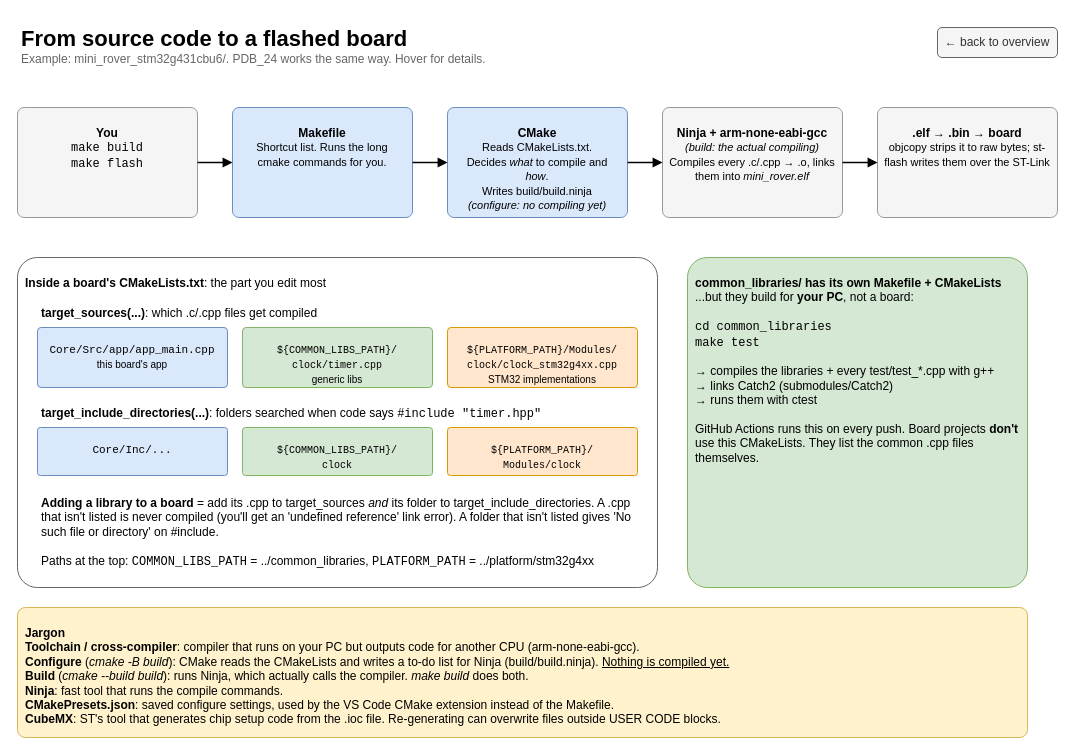
Earlier version of the draw.io diagram page "2. Build: Makefile → CMake → firmware" (2 of 4) of docs/architecture.drawio (UBC-Snowbots/FirmFlake). Source tidied: cells renumbered, new cells numbered last; positions are measured from the earlier drawing's top-left corner, leaving out a move shared by most shapes. Both pictures are drawn from the tidied source at 100%, with x=0, y=0 at pixel (17, 17).
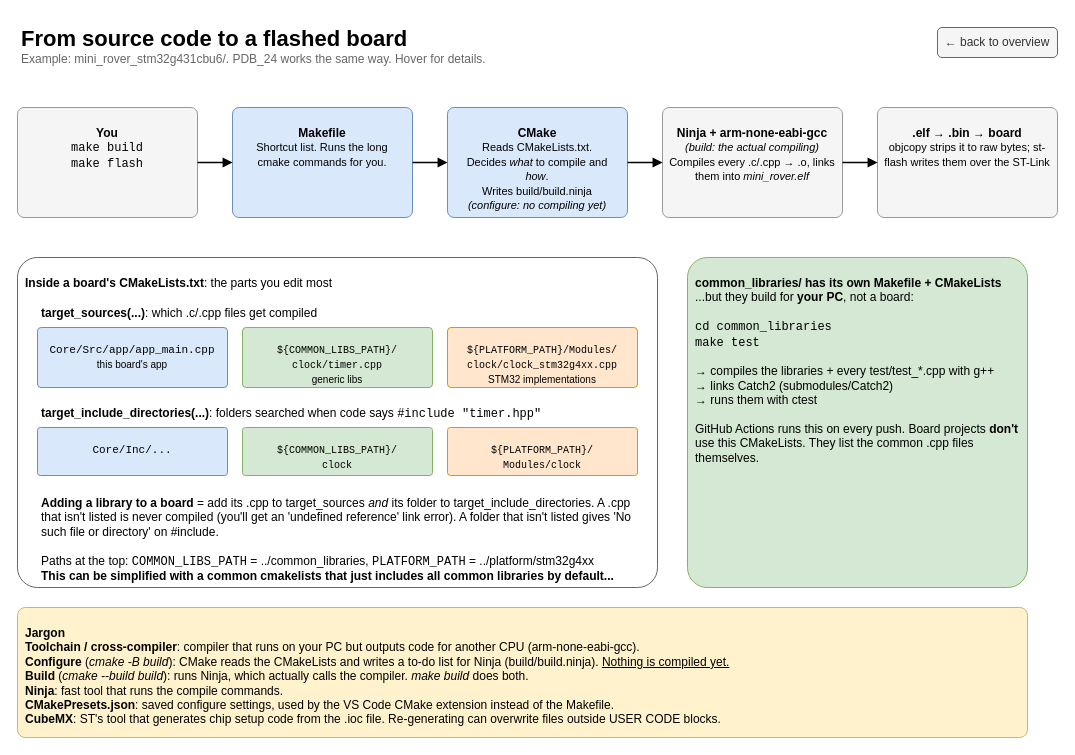
The same page after the edit.

What changed in the source:
```diff
@@
-    <mxCell id="13" value="&lt;b&gt;Inside a board's CMakeLists.txt&lt;/b&gt;: the part you edit most" style="rounded=1;whiteSpace=wrap;html=1;arcSize=6;fillColor=#ffffff;strokeColor=#666666;verticalAlign=top;spacingTop=6;spacing=8;align=left;" parent="1" vertex="1">
+    <mxCell id="13" value="&lt;b&gt;Inside a board's CMakeLists.txt&lt;/b&gt;: the parts you edit most&lt;div&gt;&lt;br/&gt;&lt;/div&gt;" style="rounded=1;whiteSpace=wrap;html=1;arcSize=6;fillColor=#ffffff;strokeColor=#666666;verticalAlign=top;spacingTop=6;spacing=8;align=left;" parent="1" vertex="1">
       <mxGeometry y="240" width="640" height="330" as="geometry" />
     </mxCell>
@@
-    <mxCell id="22" value="&lt;font style=&quot;font-size:12px&quot;&gt;&lt;b&gt;Adding a library to a board&lt;/b&gt; = add its .cpp to target_sources &lt;i&gt;and&lt;/i&gt; its folder to target_include_directories. A .cpp that isn't listed is never compiled (you'll get an 'undefined reference' link error). A folder that isn't listed gives 'No such file or directory' on #include.&lt;br&gt;&lt;br&gt;Paths at the top: &lt;font face=&quot;Courier New&quot;&gt;COMMON_LIBS_PATH&lt;/font&gt; = ../common_libraries, &lt;font face=&quot;Courier New&quot;&gt;PLATFORM_PATH&lt;/font&gt; = ../platform/stm32g4xx&lt;/font&gt;" style="text;html=1;whiteSpace=wrap;align=left;verticalAlign=top;spacing=4;" parent="1" vertex="1">
+    <mxCell id="22" value="&lt;font style=&quot;font-size:12px&quot;&gt;&lt;b&gt;Adding a library to a board&lt;/b&gt; = add its .cpp to target_sources &lt;i&gt;and&lt;/i&gt; its folder to target_include_directories. A .cpp that isn't listed is never compiled (you'll get an 'undefined reference' link error). A folder that isn't listed gives 'No such file or directory' on #include.&lt;br&gt;&lt;br&gt;Paths at the top: &lt;font face=&quot;Courier New&quot;&gt;COMMON_LIBS_PATH&lt;/font&gt; = ../common_libraries, &lt;font face=&quot;Courier New&quot;&gt;PLATFORM_PATH&lt;/font&gt; = ../platform/stm32g4xx&lt;/font&gt;&lt;div&gt;&lt;font style=&quot;font-size:12px&quot;&gt;&lt;b&gt;This can be simplified with a common cmakelists that just includes all common libraries by default...&lt;/b&gt;&lt;/font&gt;&lt;/div&gt;" style="text;html=1;whiteSpace=wrap;align=left;verticalAlign=top;spacing=4;" parent="1" vertex="1">
       <mxGeometry x="20" y="470" width="600" height="100" as="geometry" />
     </mxCell>
```
